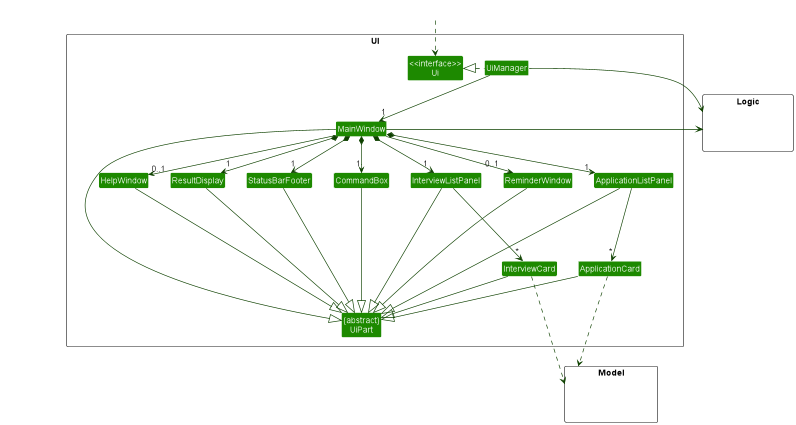
nus-cs2103-AY2223S1/tp keeps this PlantUML diagram as docs/images/UiClassDiagram.png. Above is the earlier version. Its source is kept beside it as docs/diagrams/UiClassDiagram.puml.
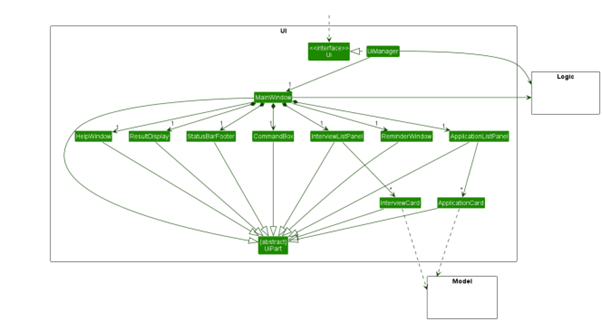
After the change.

Diff of the diagram source:
```diff
@@ -34,11 +34,11 @@
 UiManager .left.|> Ui
 UiManager -down-> "1" MainWindow
 MainWindow *-down->  "1" CommandBox
-MainWindow --> "0..1" HelpWindow
+MainWindow --> "1" HelpWindow
 MainWindow *-down-> "1" ResultDisplay
 MainWindow *-down-> "1" ApplicationListPanel
 MainWindow *-down-> "1" StatusBarFooter
-MainWindow --> "0..1" ReminderWindow
+MainWindow --> "1" ReminderWindow
 MainWindow *-down-> "1" InterviewListPanel
 
 ApplicationListPanel -down--> "*" ApplicationCard
```
